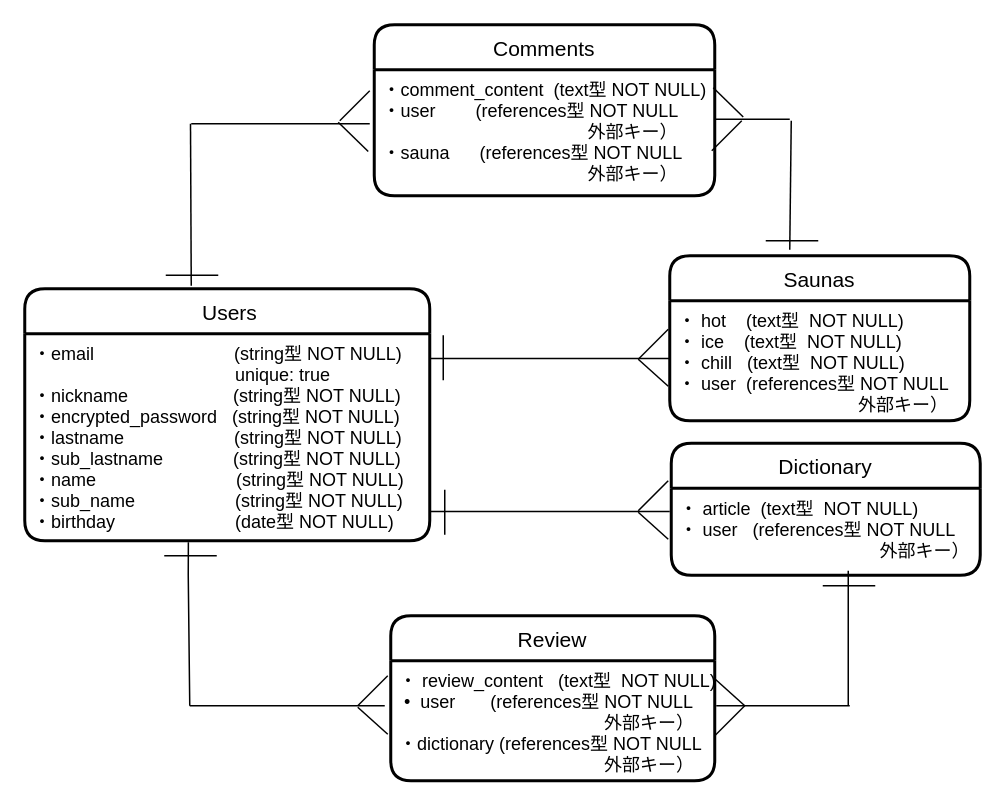
Before: sauna.dio in ykkTechc/sauna_app, a draw.io diagram. Source tidied: cells renumbered, new cells numbered last; positions are measured from the earlier drawing's top-left corner, leaving out a move shared by most shapes. Both pictures are drawn from the tidied source at 150%, with x=0, y=0 at pixel (24, 24).
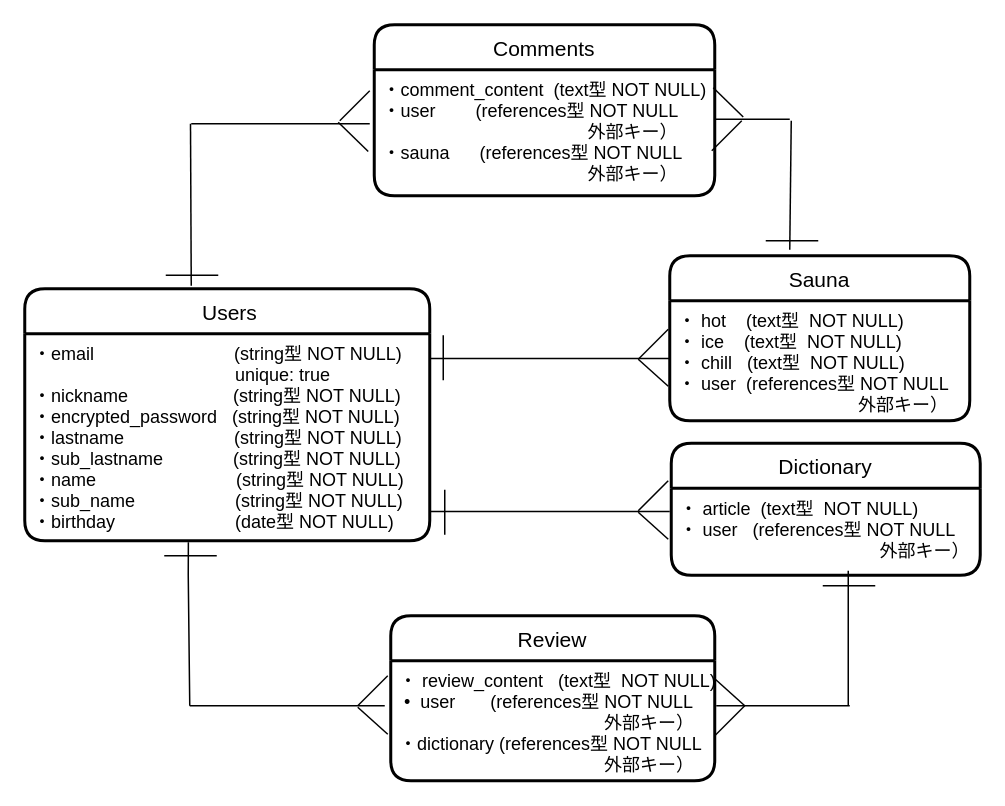
The same page after the edit.

Diff of the diagram source:
```diff
@@
-    <mxCell id="7" value="Saunas" style="swimlane;horizontal=1;startSize=30;rounded=1;fontSize=14;fontStyle=0;strokeWidth=2;shadow=0;dashed=0;align=center;" parent="1" vertex="1">
+    <mxCell id="7" value="Sauna" style="swimlane;horizontal=1;startSize=30;rounded=1;fontSize=14;fontStyle=0;strokeWidth=2;shadow=0;dashed=0;align=center;" parent="1" vertex="1">
       <mxGeometry x="430" y="154" width="200" height="110" as="geometry" />
     </mxCell>
```
